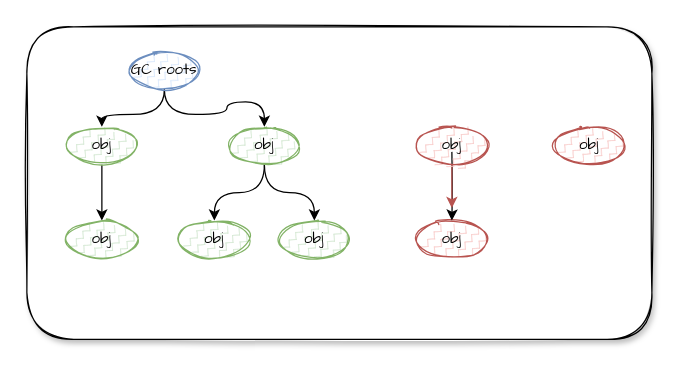
Thechc/materials keeps this draw.io diagram as draw/jvm/垃圾回收-可达性分析算法.drawio. Above is the earlier version. Source tidied: cells renumbered, new cells numbered last; positions are measured from the earlier drawing's top-left corner, leaving out a move shared by most shapes. Both pictures are drawn from the tidied source at 125%, with x=0, y=0 at pixel (26, 26).
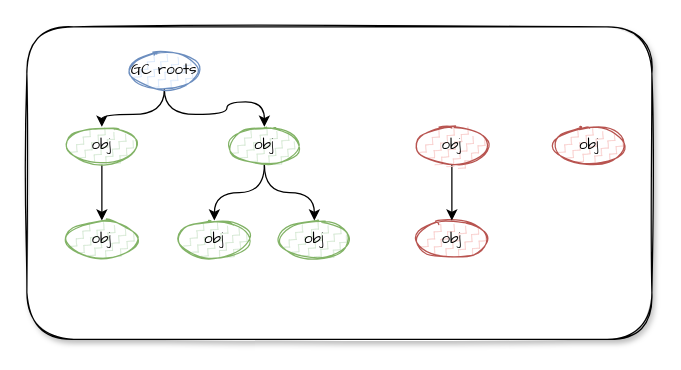
Above is the later version.

Commit message (it also covers changes not shown here):
Update 垃圾回收-可达性分析算法.drawio

The change refers to these unchanged cells:
```xml
<mxCell id="15" value="obj" style="ellipse;whiteSpace=wrap;html=1;rounded=1;shadow=0;sketch=1;strokeWidth=1;fillColor=#f8cecc;strokeColor=#b85450;fillStyle=zigzag-line;fontFamily=Comic Sans MS;" parent="1" vertex="1">
  <mxGeometry x="310" y="155" width="60" height="30" as="geometry" />
</mxCell>
<mxCell id="18" value="obj" style="ellipse;whiteSpace=wrap;html=1;rounded=1;shadow=0;sketch=1;strokeWidth=1;fillColor=#f8cecc;strokeColor=#b85450;fillStyle=zigzag-line;fontFamily=Comic Sans MS;" parent="1" vertex="1">
  <mxGeometry x="310" y="80" width="60" height="30" as="geometry" />
</mxCell>
```

Diff of the diagram source:
```diff
@@
-    <mxCell id="16" style="edgeStyle=orthogonalEdgeStyle;curved=1;jettySize=auto;html=1;exitX=0.5;exitY=1;exitDx=0;exitDy=0;entryX=0.5;entryY=0;entryDx=0;entryDy=0;fontFamily=Comic Sans MS;" parent="1" edge="1" target="15">
-      <mxGeometry relative="1" as="geometry">
-        <mxPoint x="340" y="100" as="sourcePoint" />
-      </mxGeometry>
+    <mxCell id="16" style="edgeStyle=orthogonalEdgeStyle;curved=1;jettySize=auto;html=1;exitX=0.5;exitY=1;exitDx=0;exitDy=0;entryX=0.5;entryY=0;entryDx=0;entryDy=0;fontFamily=Comic Sans MS;" parent="1" edge="1" source="18" target="15">
+      <mxGeometry relative="1" as="geometry" />
     </mxCell>
-    <mxCell id="17" style="edgeStyle=orthogonalEdgeStyle;curved=1;jettySize=auto;html=1;exitX=0.5;exitY=1;exitDx=0;exitDy=0;entryX=0.5;entryY=0;entryDx=0;entryDy=0;fontFamily=Comic Sans MS;fillColor=#f8cecc;strokeColor=#b85450;" parent="1" edge="1" source="18">
-      <mxGeometry relative="1" as="geometry">
-        <mxPoint x="340" y="145" as="targetPoint" />
-      </mxGeometry>
-    </mxCell>
```
